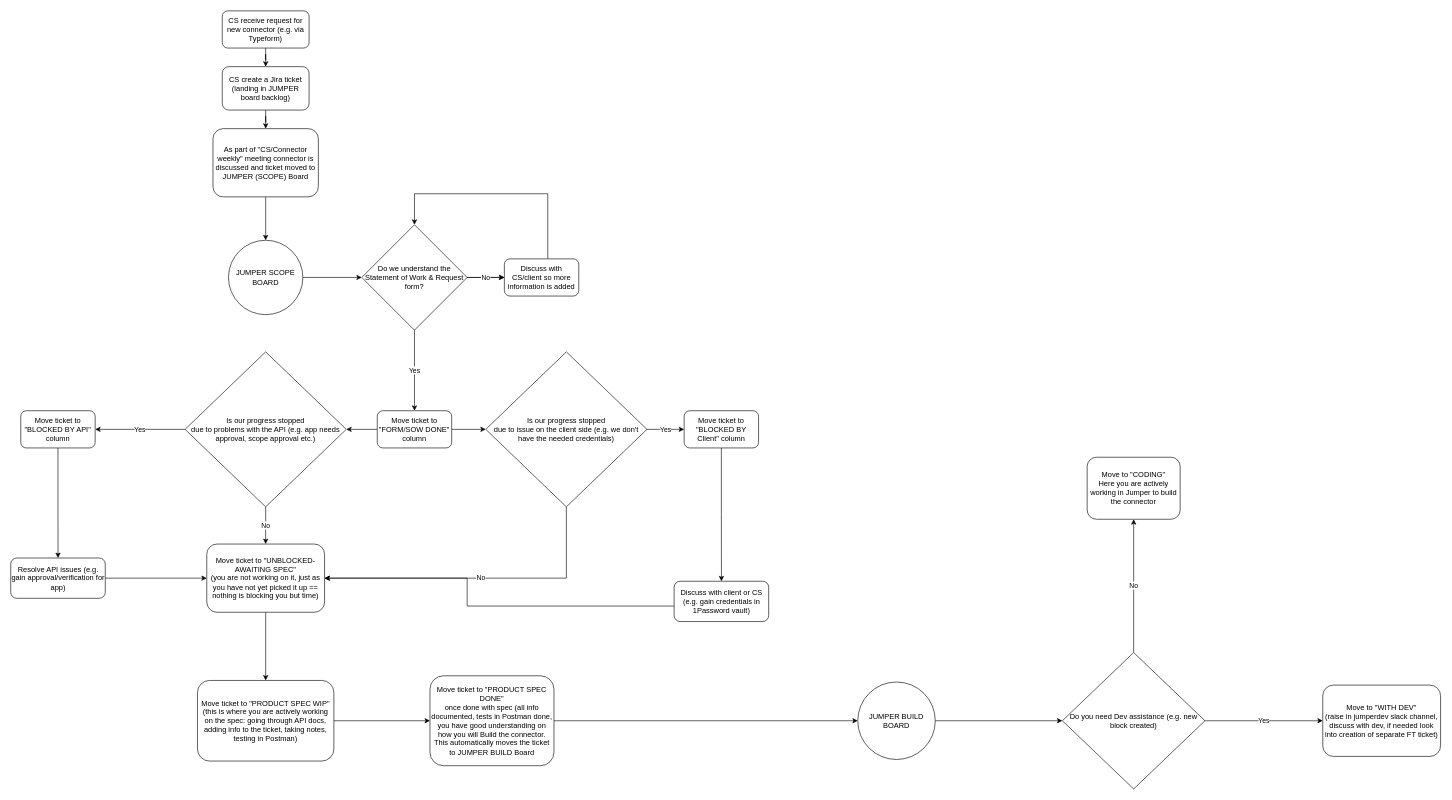
sfilev/diagrams keeps this draw.io diagram as Untitled Diagram.drawio. Above is the earlier version. Source tidied: cells renumbered, new cells numbered last; positions are measured from the earlier drawing's top-left corner, leaving out a move shared by most shapes. Both pictures are drawn from the tidied source at 62%, with x=0, y=0 at pixel (11, 11).
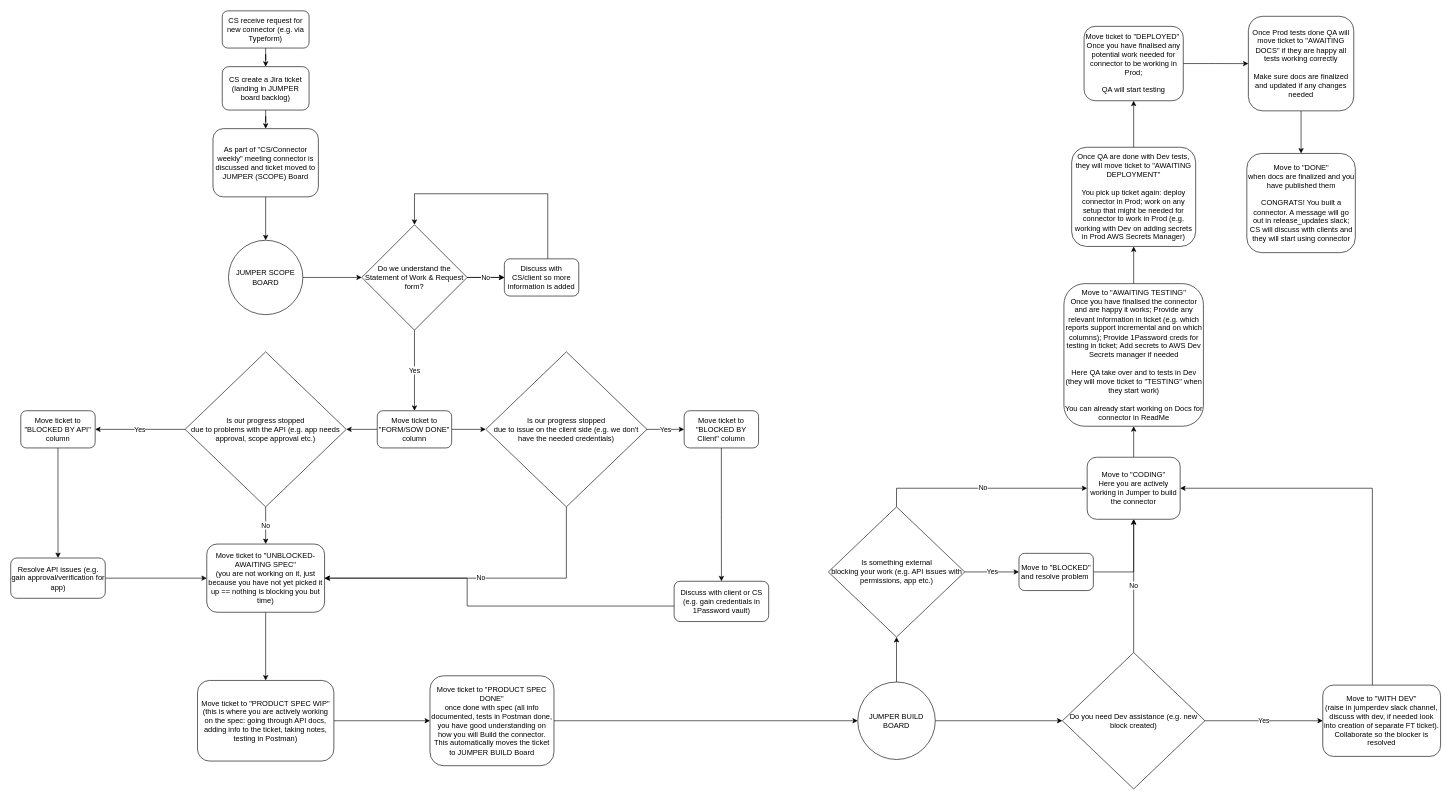
Above is the later version.

The change refers to these unchanged cells:
```xml
<mxCell id="40" value="JUMPER BUILD BOARD" style="ellipse;whiteSpace=wrap;html=1;" parent="1" vertex="1">
  <mxGeometry x="1366" y="1082.5" width="125" height="125" as="geometry" />
</mxCell>
<mxCell id="45" value="Move to &quot;CODING&quot;&lt;br&gt;Here you are actively working in Jumper to build the connector" style="rounded=1;whiteSpace=wrap;html=1;" parent="1" vertex="1">
  <mxGeometry x="1736" y="720" width="150" height="100" as="geometry" />
</mxCell>
```

What changed in the source:
```diff
@@
-    <mxCell id="29" value="Move ticket to &quot;UNBLOCKED-AWAITING SPEC&quot;&lt;br&gt;(you are not working on it, just as you have not yet picked it up == nothing is blocking you but time)" style="rounded=1;whiteSpace=wrap;html=1;" parent="1" vertex="1">
+    <mxCell id="29" value="Move ticket to &quot;UNBLOCKED-AWAITING SPEC&quot;&lt;br&gt;(you are not working on it, just because you have not yet picked it up == nothing is blocking you but time)" style="rounded=1;whiteSpace=wrap;html=1;" parent="1" vertex="1">
       <mxGeometry x="316" y="860" width="190" height="110" as="geometry" />
     </mxCell>
@@
+    <mxCell id="46" style="edgeStyle=orthogonalEdgeStyle;rounded=0;jettySize=auto;html=1;entryX=0.5;entryY=1;entryDx=0;entryDy=0;" parent="1" edge="1" source="40" target="51">
+      <mxGeometry relative="1" as="geometry" />
+    </mxCell>
@@
+    <mxCell id="47" style="edgeStyle=orthogonalEdgeStyle;rounded=0;jettySize=auto;html=1;entryX=1;entryY=0.5;entryDx=0;entryDy=0;" parent="1" edge="1" source="44" target="45">
+      <mxGeometry relative="1" as="geometry">
+        <Array as="points">
+          <mxPoint x="2196" y="770" />
+        </Array>
+      </mxGeometry>
+    </mxCell>
-    <mxCell id="44" value="Move to &quot;WITH DEV&quot;&lt;br&gt;(raise in jumperdev slack channel, discuss with dev, if needed look into creation of separate FT ticket)" style="rounded=1;whiteSpace=wrap;html=1;" parent="1" vertex="1">
+    <mxCell id="44" value="Move to &quot;WITH DEV&quot;&lt;br&gt;(raise in jumperdev slack channel, discuss with dev, if needed look into creation of separate FT ticket). Collaborate so the blocker is resolved" style="rounded=1;whiteSpace=wrap;html=1;" parent="1" vertex="1">
       <mxGeometry x="2116" y="1087.5" width="190" height="115" as="geometry" />
     </mxCell>
+    <mxCell id="48" style="edgeStyle=orthogonalEdgeStyle;rounded=0;jettySize=auto;html=1;entryX=0.5;entryY=1;entryDx=0;entryDy=0;" parent="1" edge="1" source="45" target="55">
+      <mxGeometry relative="1" as="geometry" />
+    </mxCell>
@@
+    <mxCell id="49" value="Yes" style="edgeStyle=orthogonalEdgeStyle;rounded=0;jettySize=auto;html=1;entryX=0;entryY=0.5;entryDx=0;entryDy=0;" parent="1" edge="1" source="51" target="53">
+      <mxGeometry relative="1" as="geometry" />
+    </mxCell>
+    <mxCell id="50" value="No" style="edgeStyle=orthogonalEdgeStyle;rounded=0;jettySize=auto;html=1;" parent="1" edge="1" source="51" target="45">
+      <mxGeometry relative="1" as="geometry">
+        <Array as="points">
+          <mxPoint x="1429" y="770" />
+        </Array>
+      </mxGeometry>
+    </mxCell>
+    <mxCell id="51" value="Is something external &lt;br&gt;blocking your work (e.g. API issues with permissions, app etc.)" style="rhombus;whiteSpace=wrap;html=1;" parent="1" vertex="1">
+      <mxGeometry x="1318.5" y="800" width="220" height="210" as="geometry" />
+    </mxCell>
+    <mxCell id="52" style="edgeStyle=orthogonalEdgeStyle;rounded=0;jettySize=auto;html=1;entryX=0.5;entryY=1;entryDx=0;entryDy=0;" parent="1" edge="1" source="53" target="45">
+      <mxGeometry relative="1" as="geometry">
+        <Array as="points">
+          <mxPoint x="1811" y="905" />
+        </Array>
+      </mxGeometry>
+    </mxCell>
+    <mxCell id="53" value="Move to &quot;BLOCKED&quot; and resolve problem&amp;nbsp;" style="rounded=1;whiteSpace=wrap;html=1;" parent="1" vertex="1">
+      <mxGeometry x="1626" y="875" width="120" height="60" as="geometry" />
+    </mxCell>
+    <mxCell id="54" style="edgeStyle=orthogonalEdgeStyle;rounded=0;jettySize=auto;html=1;" parent="1" edge="1" source="55" target="57">
+      <mxGeometry relative="1" as="geometry" />
+    </mxCell>
+    <mxCell id="55" value="Move to &quot;AWAITING TESTING&quot;&lt;br&gt;Once you have finalised the connector and are happy it works; Provide any relevant information in ticket (e.g. which reports support incremental and on which columns); Provide 1Password creds for testing in ticket; Add secrets to AWS Dev Secrets manager if needed&lt;br&gt;&lt;br&gt;Here QA take over and to tests in Dev (they will move ticket to &quot;TESTING&quot; when they start work)&lt;br&gt;&lt;br&gt;You can already start working on Docs for connector in ReadMe" style="rounded=1;whiteSpace=wrap;html=1;" parent="1" vertex="1">
+      <mxGeometry x="1698.5" y="440" width="225" height="230" as="geometry" />
+    </mxCell>
+    <mxCell id="56" style="edgeStyle=orthogonalEdgeStyle;rounded=0;jettySize=auto;html=1;entryX=0.5;entryY=1;entryDx=0;entryDy=0;" parent="1" edge="1" source="57" target="59">
+      <mxGeometry relative="1" as="geometry" />
+    </mxCell>
+    <mxCell id="57" value="Once QA are done with Dev tests, they will move ticket to &quot;AWAITING DEPLOYMENT&quot;&lt;br&gt;&lt;br&gt;You pick up ticket again: deploy connector in Prod; work on any setup that might be needed for connector to work in Prod (e.g. working with Dev on adding secrets in Prod AWS Secrets Manager)" style="rounded=1;whiteSpace=wrap;html=1;" parent="1" vertex="1">
+      <mxGeometry x="1711" y="220" width="200" height="160" as="geometry" />
+    </mxCell>
+    <mxCell id="58" style="edgeStyle=orthogonalEdgeStyle;rounded=0;jettySize=auto;html=1;" parent="1" edge="1" source="59" target="61">
+      <mxGeometry relative="1" as="geometry" />
+    </mxCell>
+    <mxCell id="59" value="Move ticket to &quot;DEPLOYED&quot;&amp;nbsp;&lt;br&gt;Once you have finalised any potential work needed for connector to be working in Prod; &lt;br&gt;&lt;br&gt;QA will start testing" style="rounded=1;whiteSpace=wrap;html=1;" parent="1" vertex="1">
+      <mxGeometry x="1731" y="25" width="160" height="120" as="geometry" />
+    </mxCell>
+    <mxCell id="60" style="edgeStyle=orthogonalEdgeStyle;rounded=0;jettySize=auto;html=1;entryX=0.5;entryY=0;entryDx=0;entryDy=0;" parent="1" edge="1" source="61" target="62">
+      <mxGeometry relative="1" as="geometry" />
+    </mxCell>
+    <mxCell id="61" value="Once Prod tests done QA will move ticket to &quot;AWAITING DOCS&quot; if they are happy all tests working correctly&lt;br&gt;&lt;br&gt;Make sure docs are finalized and updated if any changes needed" style="rounded=1;whiteSpace=wrap;html=1;" parent="1" vertex="1">
+      <mxGeometry x="1996" y="8.8" width="170" height="152.5" as="geometry" />
+    </mxCell>
+    <mxCell id="62" value="Move to &quot;DONE&quot;&lt;br&gt;when docs are finalized and you have published them&lt;br&gt;&lt;br&gt;CONGRATS! You built a connector. A message will go out in release_updates slack; CS will discuss with clients and they will start using connector" style="rounded=1;whiteSpace=wrap;html=1;" parent="1" vertex="1">
+      <mxGeometry x="1993.5" y="230" width="175" height="160" as="geometry" />
+    </mxCell>
```
